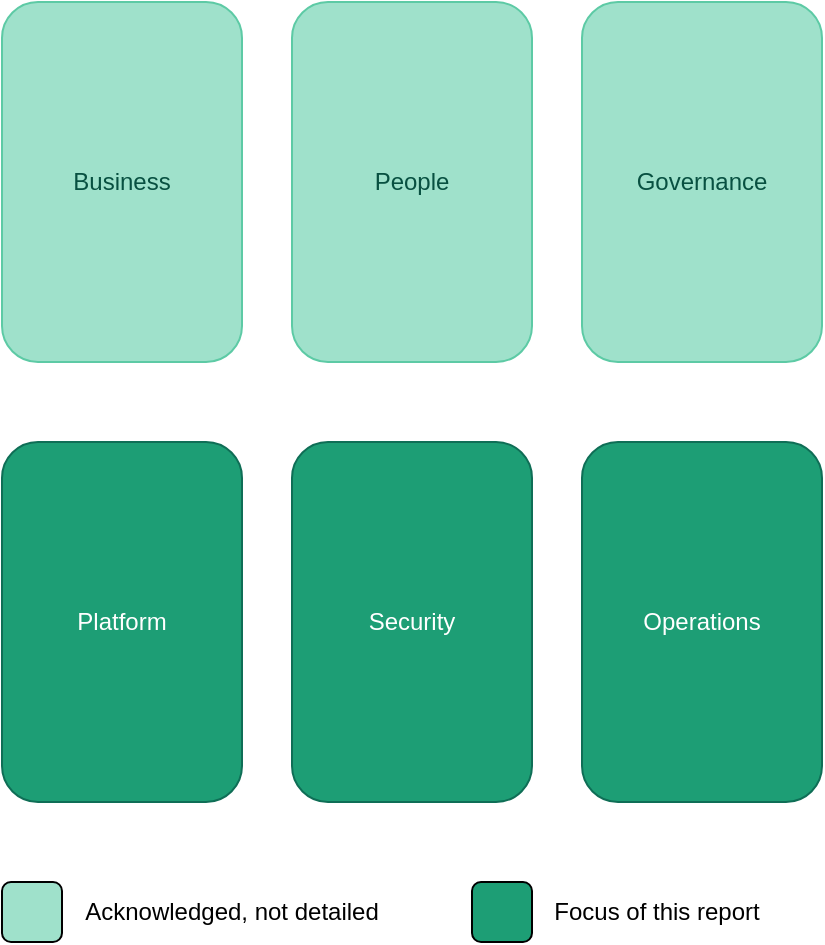
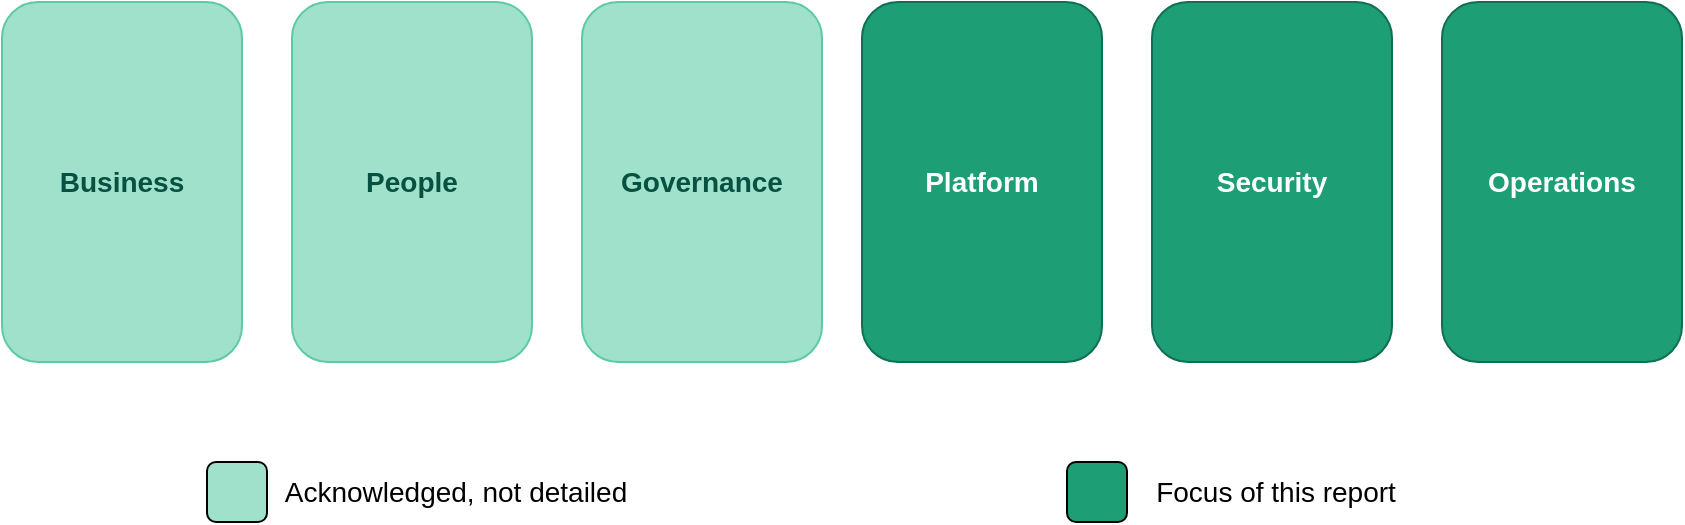
<mxfile host="app.diagrams.net">
  <diagram name="Page-1" id="cO2-TLs6evs9_J_uviOe">
    <mxGraphModel dx="1174" dy="635" grid="1" gridSize="10" guides="1" tooltips="1" connect="1" arrows="1" fold="1" page="1" pageScale="1" pageWidth="850" pageHeight="1100" math="0" shadow="0">
      <root>
        <mxCell id="0" />
        <mxCell id="1" parent="0" />
-         <mxCell id="bIzzHaxW_H1xYnhXATZC-2" parent="1" style="rounded=1;whiteSpace=wrap;html=1;fillColor=#9FE1CB;fontColor=#085041;strokeColor=#5DCAA5;" value="Governance" vertex="1">
-           <mxGeometry height="180" width="120" x="510" y="140" as="geometry" />
+         <mxCell id="bIzzHaxW_H1xYnhXATZC-2" parent="1" style="rounded=1;whiteSpace=wrap;html=1;fillColor=#9FE1CB;fontColor=#085041;strokeColor=#5DCAA5;fontSize=14;fontStyle=1" value="Governance" vertex="1">
+           <mxGeometry height="180" width="120" x="290" y="290" as="geometry" />
        </mxCell>
-         <mxCell id="bIzzHaxW_H1xYnhXATZC-3" parent="1" style="rounded=1;whiteSpace=wrap;html=1;fillColor=#9FE1CB;fontColor=#085041;strokeColor=#5DCAA5;" value="People" vertex="1">
-           <mxGeometry height="180" width="120" x="365" y="140" as="geometry" />
+         <mxCell id="bIzzHaxW_H1xYnhXATZC-3" parent="1" style="rounded=1;whiteSpace=wrap;html=1;fillColor=#9FE1CB;fontColor=#085041;strokeColor=#5DCAA5;fontSize=14;fontStyle=1" value="People" vertex="1">
+           <mxGeometry height="180" width="120" x="145" y="290" as="geometry" />
        </mxCell>
-         <mxCell id="bIzzHaxW_H1xYnhXATZC-4" parent="1" style="rounded=1;whiteSpace=wrap;html=1;fillColor=#9FE1CB;fontColor=#085041;strokeColor=#5DCAA5;" value="Business" vertex="1">
-           <mxGeometry height="180" width="120" x="220" y="140" as="geometry" />
+         <mxCell id="bIzzHaxW_H1xYnhXATZC-4" parent="1" style="rounded=1;whiteSpace=wrap;html=1;fillColor=#9FE1CB;fontColor=#085041;strokeColor=#5DCAA5;fontSize=14;fontStyle=1" value="Business" vertex="1">
+           <mxGeometry height="180" width="120" y="290" as="geometry" />
        </mxCell>
-         <mxCell id="bIzzHaxW_H1xYnhXATZC-5" parent="1" style="rounded=1;whiteSpace=wrap;html=1;fillColor=#1D9E75;fontColor=#FFFFFF;strokeColor=#0F6E56;" value="Operations" vertex="1">
-           <mxGeometry height="180" width="120" x="510" y="360" as="geometry" />
+         <mxCell id="bIzzHaxW_H1xYnhXATZC-5" parent="1" style="rounded=1;whiteSpace=wrap;html=1;fillColor=#1D9E75;fontColor=#FFFFFF;strokeColor=#0F6E56;fontSize=14;fontStyle=1" value="Operations" vertex="1">
+           <mxGeometry height="180" width="120" x="720" y="290" as="geometry" />
        </mxCell>
-         <mxCell id="bIzzHaxW_H1xYnhXATZC-6" parent="1" style="rounded=1;whiteSpace=wrap;html=1;fillColor=#1D9E75;fontColor=#FFFFFF;strokeColor=#0F6E56;" value="Platform" vertex="1">
-           <mxGeometry height="180" width="120" x="220" y="360" as="geometry" />
+         <mxCell id="bIzzHaxW_H1xYnhXATZC-6" parent="1" style="rounded=1;whiteSpace=wrap;html=1;fillColor=#1D9E75;fontColor=#FFFFFF;strokeColor=#0F6E56;fontSize=14;fontStyle=1" value="Platform" vertex="1">
+           <mxGeometry height="180" width="120" x="430" y="290" as="geometry" />
        </mxCell>
-         <mxCell id="bIzzHaxW_H1xYnhXATZC-7" parent="1" style="rounded=1;whiteSpace=wrap;html=1;fillColor=#1D9E75;fontColor=#FFFFFF;strokeColor=#0F6E56;" value="Security" vertex="1">
-           <mxGeometry height="180" width="120" x="365" y="360" as="geometry" />
+         <mxCell id="bIzzHaxW_H1xYnhXATZC-7" parent="1" style="rounded=1;whiteSpace=wrap;html=1;fillColor=#1D9E75;fontColor=#FFFFFF;strokeColor=#0F6E56;fontSize=14;fontStyle=1" value="Security" vertex="1">
+           <mxGeometry height="180" width="120" x="575" y="290" as="geometry" />
        </mxCell>
        <mxCell id="bIzzHaxW_H1xYnhXATZC-8" parent="1" style="rounded=1;whiteSpace=wrap;html=1;fillColor=#9FE1CB;" value="" vertex="1">
-           <mxGeometry height="30" width="30" x="220" y="580" as="geometry" />
+           <mxGeometry height="30" width="30" x="102.5" y="520" as="geometry" />
        </mxCell>
        <mxCell id="bIzzHaxW_H1xYnhXATZC-9" parent="1" style="rounded=1;whiteSpace=wrap;html=1;fillColor=#1D9E75;" value="" vertex="1">
-           <mxGeometry height="30" width="30" x="455" y="580" as="geometry" />
+           <mxGeometry height="30" width="30" x="532.5" y="520" as="geometry" />
        </mxCell>
-         <mxCell id="bIzzHaxW_H1xYnhXATZC-11" parent="1" style="text;html=1;whiteSpace=wrap;strokeColor=none;fillColor=none;align=center;verticalAlign=middle;rounded=0;" value="Acknowledged, not detailed" vertex="1">
-           <mxGeometry height="30" width="170" x="250" y="580" as="geometry" />
+         <mxCell id="bIzzHaxW_H1xYnhXATZC-11" parent="1" style="text;html=1;whiteSpace=wrap;strokeColor=none;fillColor=none;align=center;verticalAlign=middle;rounded=0;fontSize=14;" value="Acknowledged, not detailed" vertex="1">
+           <mxGeometry height="30" width="187.5" x="132.5" y="520" as="geometry" />
        </mxCell>
-         <mxCell id="bIzzHaxW_H1xYnhXATZC-13" parent="1" style="text;html=1;whiteSpace=wrap;strokeColor=none;fillColor=none;align=center;verticalAlign=middle;rounded=0;" value="Focus of this report" vertex="1">
-           <mxGeometry height="30" width="125" x="485" y="580" as="geometry" />
+         <mxCell id="bIzzHaxW_H1xYnhXATZC-13" parent="1" style="text;html=1;whiteSpace=wrap;strokeColor=none;fillColor=none;align=center;verticalAlign=middle;rounded=0;fontSize=14;" value="Focus of this report" vertex="1">
+           <mxGeometry height="30" width="147.5" x="562.5" y="520" as="geometry" />
        </mxCell>
      </root>
    </mxGraphModel>
  </diagram>
</mxfile>
